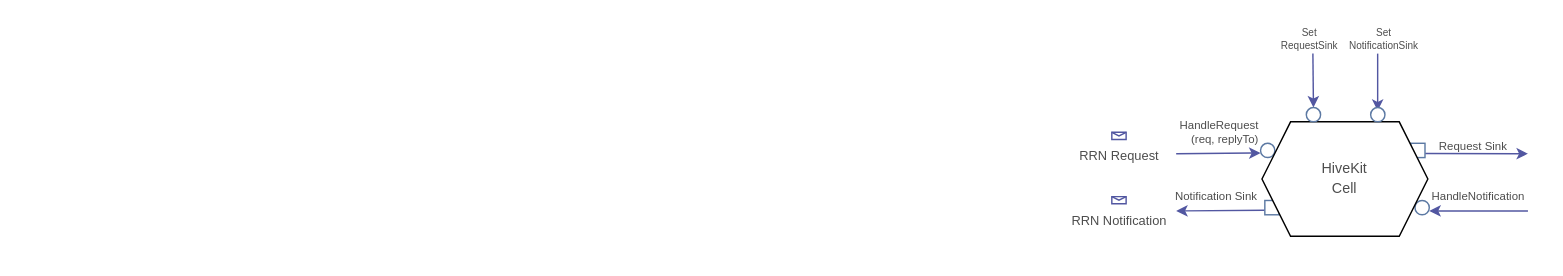
Above: page "cell" (1 of 9) of docs/hivekit.drawio in hiveot/hivekit (draw.io), before the change. Source tidied: cells renumbered, new cells numbered last; positions are measured from the earlier drawing's top-left corner, leaving out a move shared by most shapes. Both pictures are drawn from the tidied source at 143%, with x=0, y=0 at pixel (1111, 24).
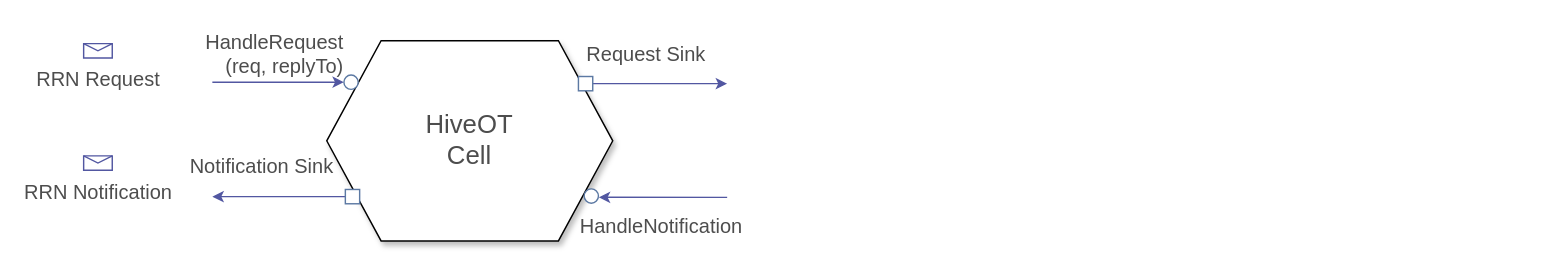
The same page after the edit.

Diff of the diagram source:
```diff
@@
+    <mxCell id="23" value="&lt;font style=&quot;color: rgb(77, 77, 77); font-size: 18px;&quot;&gt;HiveOT&lt;/font&gt;&lt;div style=&quot;&quot;&gt;&lt;font style=&quot;color: rgb(77, 77, 77); font-size: 18px;&quot;&gt;Cell&lt;/font&gt;&lt;/div&gt;" style="shape=hexagon;perimeter=hexagonPerimeter2;whiteSpace=wrap;html=1;fixedSize=1;rounded=0;glass=0;comic=0;strokeColor=default;fontSize=10;movableLabel=1;fillColor=default;fillStyle=solid;gradientColor=none;size=38;perimeterSpacing=0;strokeWidth=1;shadow=1;" parent="1" vertex="1">
+      <mxGeometry x="-549" y="11" width="200" height="140" as="geometry" />
+    </mxCell>
+    <mxCell id="8" value="HandleNotification" style="text;html=1;align=right;verticalAlign=middle;whiteSpace=wrap;rounded=0;fontSize=14;fontColor=#4D4D4D;autosizeText=0;" parent="1" vertex="1">
+      <mxGeometry x="-330" y="131" width="74" height="20" as="geometry" />
+    </mxCell>
+    <mxCell id="9" value="Request Sink&amp;nbsp;" style="text;html=1;align=left;verticalAlign=middle;whiteSpace=wrap;rounded=0;fontSize=14;fontColor=#4D4D4D;autosizeText=0;" parent="1" vertex="1">
+      <mxGeometry x="-369" width="103" height="41" as="geometry" />
+    </mxCell>
+    <mxCell id="24" style="endArrow=classic;html=1;rounded=0;endSize=5;strokeColor=#5257A1;exitX=1;exitY=0.5;exitDx=0;exitDy=0;" parent="1" edge="1" source="26">
+      <mxGeometry relative="1" as="geometry">
+        <mxPoint x="-269" y="41" as="targetPoint" />
+      </mxGeometry>
+    </mxCell>
+    <mxCell id="25" style="endArrow=classic;html=1;rounded=0;entryX=1.022;entryY=0.585;entryDx=0;entryDy=0;endSize=5;strokeColor=#5257A1;entryPerimeter=0;" parent="1" edge="1" target="27">
+      <mxGeometry relative="1" as="geometry">
+        <mxPoint x="-269" y="120.5" as="sourcePoint" />
+      </mxGeometry>
+    </mxCell>
+    <mxCell id="26" style="html=1;rounded=0;strokeColor=#5C79A3;" parent="1" vertex="1">
+      <mxGeometry x="-373" y="36" width="10" height="10" as="geometry" />
+    </mxCell>
+    <mxCell id="27" style="ellipse;whiteSpace=wrap;html=1;strokeColor=#5C79A3;" parent="1" vertex="1">
+      <mxGeometry x="-369" y="114.6" width="10" height="10" as="geometry" />
+    </mxCell>
-    <mxCell id="2" value="HandleRequest &lt;br&gt;(req, replyTo)" style="text;html=1;align=right;verticalAlign=middle;whiteSpace=wrap;rounded=0;fontSize=8;fontColor=#4D4D4D;autosizeText=1;" parent="1" vertex="1">
-      <mxGeometry x="45" y="70" width="60" height="10" as="geometry" />
+    <mxCell id="2" value="HandleRequest &lt;br&gt;(req, replyTo)" style="text;html=1;align=right;verticalAlign=middle;whiteSpace=wrap;rounded=0;fontSize=14;fontColor=#4D4D4D;autosizeText=0;" parent="1" vertex="1">
+      <mxGeometry x="-620" y="7.1" width="85" height="26.5" as="geometry" />
     </mxCell>
-    <mxCell id="3" value="Notification Sink" style="text;html=1;align=right;verticalAlign=middle;whiteSpace=wrap;rounded=0;fontSize=8;fontColor=#4D4D4D;autosizeText=1;" parent="1" vertex="1">
-      <mxGeometry x="44" y="115" width="60" height="10" as="geometry" />
+    <mxCell id="3" value="Notification Sink" style="text;html=1;align=right;verticalAlign=middle;whiteSpace=wrap;rounded=0;fontSize=14;fontColor=#4D4D4D;autosizeText=0;" parent="1" vertex="1">
+      <mxGeometry x="-666" y="91" width="124" height="16" as="geometry" />
     </mxCell>
-    <mxCell id="4" value="RRN Request" style="shape=message;html=1;html=1;labelPosition=center;verticalLabelPosition=bottom;align=center;verticalAlign=top;fontSize=9;direction=east;strokeColor=#5257A1;fontColor=#4D4D4D;" parent="1" vertex="1">
-      <mxGeometry y="75" width="10" height="5" as="geometry" />
+    <mxCell id="4" value="RRN Request" style="shape=message;html=1;html=1;labelPosition=center;verticalLabelPosition=bottom;align=center;verticalAlign=top;fontSize=14;direction=east;strokeColor=#5257A1;fontColor=#4D4D4D;autosizeText=0;" parent="1" vertex="1">
+      <mxGeometry x="-719" y="13" width="20" height="10" as="geometry" />
     </mxCell>
-    <mxCell id="5" value="RRN Notification" style="shape=message;html=1;html=1;labelPosition=center;verticalLabelPosition=bottom;align=center;verticalAlign=top;fontSize=9;strokeColor=#5257A1;fontColor=#4D4D4D;" parent="1" vertex="1">
-      <mxGeometry y="120" width="10" height="5" as="geometry" />
+    <mxCell id="5" value="RRN Notification" style="shape=message;html=1;html=1;labelPosition=center;verticalLabelPosition=bottom;align=center;verticalAlign=top;fontSize=14;strokeColor=#5257A1;fontColor=#4D4D4D;autosizeText=0;" parent="1" vertex="1">
+      <mxGeometry x="-719" y="91.5" width="20" height="10" as="geometry" />
     </mxCell>
-    <mxCell id="6" style="endArrow=classic;html=1;rounded=0;endSize=5;strokeColor=#5257A1;" parent="1" edge="1">
-      <mxGeometry relative="1" as="geometry">
-        <mxPoint x="107" y="129.5" as="sourcePoint" />
-        <mxPoint x="45" y="130" as="targetPoint" />
-      </mxGeometry>
-    </mxCell>
-    <mxCell id="7" style="endArrow=classic;html=1;rounded=0;endSize=5;strokeColor=#5257A1;" parent="1" edge="1">
-      <mxGeometry relative="1" as="geometry">
-        <mxPoint x="45" y="90" as="sourcePoint" />
-        <mxPoint x="104" y="89.5" as="targetPoint" />
-      </mxGeometry>
-    </mxCell>
-    <mxCell id="8" value="HandleNotification" style="text;html=1;align=right;verticalAlign=middle;whiteSpace=wrap;rounded=0;fontSize=8;fontColor=#4D4D4D;autosizeText=1;" parent="1" vertex="1">
-      <mxGeometry x="231" y="115" width="60" height="10" as="geometry" />
-    </mxCell>
-    <mxCell id="9" value="Request Sink&amp;nbsp;" style="text;html=1;align=right;verticalAlign=middle;whiteSpace=wrap;rounded=0;fontSize=8;fontColor=#4D4D4D;autosizeText=1;" parent="1" vertex="1">
-      <mxGeometry x="221" y="80" width="60" height="10" as="geometry" />
-    </mxCell>
-    <mxCell id="10" style="endArrow=classic;html=1;rounded=0;endSize=5;strokeColor=#5257A1;exitX=-0.031;exitY=0.982;exitDx=0;exitDy=0;exitPerimeter=0;" parent="1" edge="1" source="9">
-      <mxGeometry relative="1" as="geometry">
-        <mxPoint x="291" y="90" as="targetPoint" />
-      </mxGeometry>
-    </mxCell>
-    <mxCell id="11" style="endArrow=classic;html=1;rounded=0;entryX=1;entryY=0.5;entryDx=0;entryDy=0;endSize=5;strokeColor=#5257A1;" parent="1" edge="1">
-      <mxGeometry relative="1" as="geometry">
-        <mxPoint x="291" y="130" as="sourcePoint" />
-        <mxPoint x="222" y="130" as="targetPoint" />
-      </mxGeometry>
-    </mxCell>
-    <mxCell id="12" style="endArrow=classic;html=1;rounded=0;endSize=5;strokeColor=#5257A1;entryX=0.5;entryY=0;entryDx=0;entryDy=0;exitX=0.549;exitY=0.994;exitDx=0;exitDy=0;exitPerimeter=0;" parent="1" edge="1" source="14" target="21">
-      <mxGeometry relative="1" as="geometry" />
-    </mxCell>
-    <mxCell id="13" style="endArrow=classic;html=1;rounded=0;endSize=5;strokeColor=#5257A1;entryX=0.5;entryY=0;entryDx=0;entryDy=0;" parent="1" edge="1">
-      <mxGeometry relative="1" as="geometry">
-        <mxPoint x="185.9" y="20" as="sourcePoint" />
-        <mxPoint x="185.9" y="60" as="targetPoint" />
-      </mxGeometry>
-    </mxCell>
-    <mxCell id="14" value="Set&lt;div&gt;RequestSink&lt;/div&gt;" style="text;html=1;align=center;verticalAlign=middle;whiteSpace=wrap;rounded=0;fontSize=7;fontColor=#4D4D4D;autosizeText=1;" parent="1" vertex="1">
-      <mxGeometry x="117" width="43" height="20" as="geometry" />
-    </mxCell>
-    <mxCell id="15" value="Set&lt;div&gt;NotificationSink&lt;/div&gt;" style="text;html=1;align=center;verticalAlign=middle;whiteSpace=wrap;rounded=0;fontSize=7;fontColor=#4D4D4D;autosizeText=1;fontFamily=Helvetica;convertToSvg=0;svgWhiteSpace=wrap;fontStyle=0;" parent="1" vertex="1">
-      <mxGeometry x="169" width="43" height="20" as="geometry" />
-    </mxCell>
-    <mxCell id="16" style="html=1;rounded=0;rotation=-180;strokeColor=#5C79A3;" parent="1" vertex="1">
-      <mxGeometry x="107" y="122.7" width="10" height="10" as="geometry" />
-    </mxCell>
-    <mxCell id="17" style="ellipse;whiteSpace=wrap;html=1;strokeColor=#5C79A3;" parent="1" vertex="1">
-      <mxGeometry x="104" y="82.7" width="10" height="10" as="geometry" />
-    </mxCell>
-    <mxCell id="18" style="html=1;rounded=0;strokeColor=#5C79A3;" parent="1" vertex="1">
-      <mxGeometry x="209" y="82.7" width="10" height="10" as="geometry" />
-    </mxCell>
-    <mxCell id="19" style="ellipse;whiteSpace=wrap;html=1;strokeColor=#5C79A3;" parent="1" vertex="1">
-      <mxGeometry x="212" y="122.7" width="10" height="10" as="geometry" />
-    </mxCell>
-    <mxCell id="20" value="&lt;font style=&quot;color: rgb(77, 77, 77); font-size: 10px;&quot;&gt;HiveKit&lt;/font&gt;&lt;div style=&quot;font-size: 12px;&quot;&gt;&lt;font style=&quot;color: rgb(77, 77, 77); font-size: 10px;&quot;&gt;Cell&lt;/font&gt;&lt;/div&gt;" style="shape=hexagon;perimeter=hexagonPerimeter2;whiteSpace=wrap;html=1;fixedSize=1;rounded=0;glass=0;comic=0;strokeColor=default;fontSize=6;movableLabel=1;fillColor=default;fillStyle=solid;gradientColor=none;" parent="1" vertex="1">
-      <mxGeometry x="105" y="67.7" width="116" height="80" as="geometry" />
-    </mxCell>
-    <mxCell id="21" style="ellipse;whiteSpace=wrap;html=1;strokeColor=#5C79A3;" parent="1" vertex="1">
-      <mxGeometry x="136" y="57.7" width="10" height="10" as="geometry" />
-    </mxCell>
-    <mxCell id="22" style="ellipse;whiteSpace=wrap;html=1;strokeColor=#5C79A3;" parent="1" vertex="1">
-      <mxGeometry x="181" y="57.7" width="10" height="10" as="geometry" />
-    </mxCell>
+    <mxCell id="28" style="endArrow=classic;html=1;rounded=0;endSize=5;strokeColor=#5257A1;exitX=1;exitY=0.5;exitDx=0;exitDy=0;" parent="1" edge="1" source="30">
+      <mxGeometry relative="1" as="geometry">
+        <mxPoint x="-629" y="120" as="targetPoint" />
+      </mxGeometry>
+    </mxCell>
+    <mxCell id="29" style="endArrow=classic;html=1;rounded=0;endSize=5;strokeColor=#5257A1;entryX=0;entryY=0.5;entryDx=0;entryDy=0;" parent="1" edge="1" target="31">
+      <mxGeometry relative="1" as="geometry">
+        <mxPoint x="-629" y="40" as="sourcePoint" />
+      </mxGeometry>
+    </mxCell>
+    <mxCell id="30" style="html=1;rounded=0;rotation=-180;strokeColor=#5C79A3;" parent="1" vertex="1">
+      <mxGeometry x="-536" y="115" width="10" height="10" as="geometry" />
+    </mxCell>
+    <mxCell id="31" style="ellipse;whiteSpace=wrap;html=1;strokeColor=#5C79A3;" parent="1" vertex="1">
+      <mxGeometry x="-537" y="35" width="10" height="10" as="geometry" />
+    </mxCell>
```
